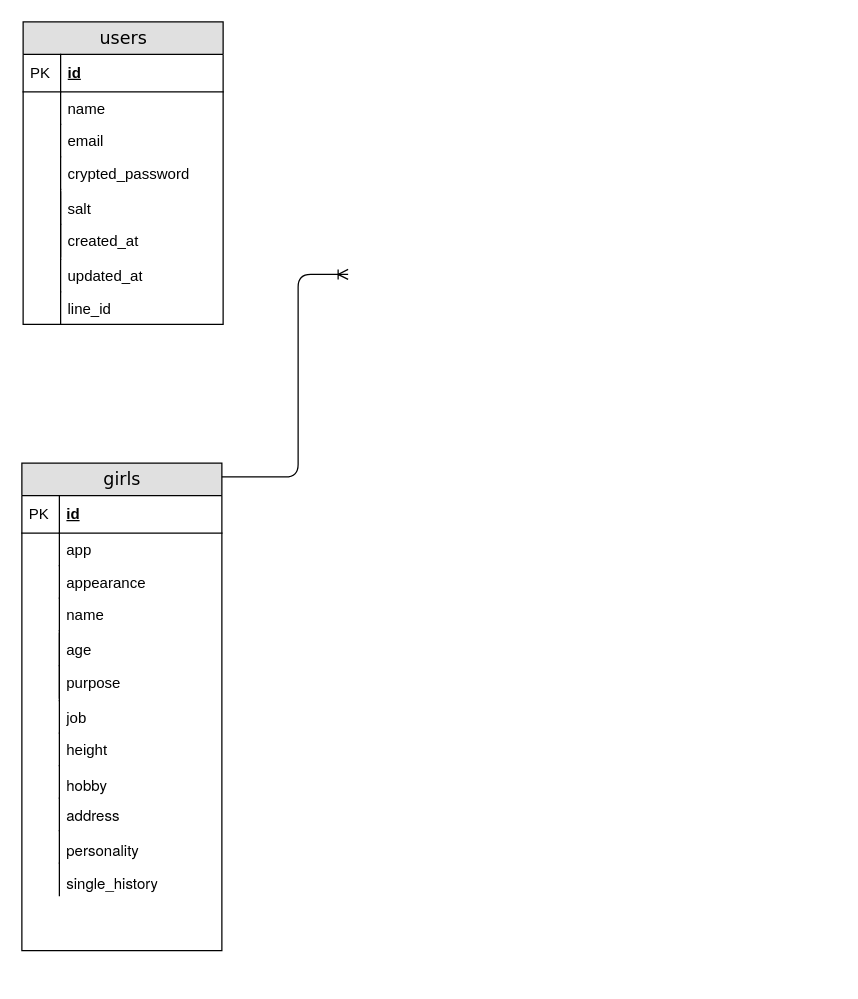
Above: Untitled Diagram.drawio in kstar0102/ryuki0102 (draw.io), before the change. Source tidied: cells renumbered, new cells numbered last; positions are measured from the earlier drawing's top-left corner, leaving out a move shared by most shapes. Both pictures are drawn from the tidied source at 125%, with x=0, y=0 at pixel (21, 21).
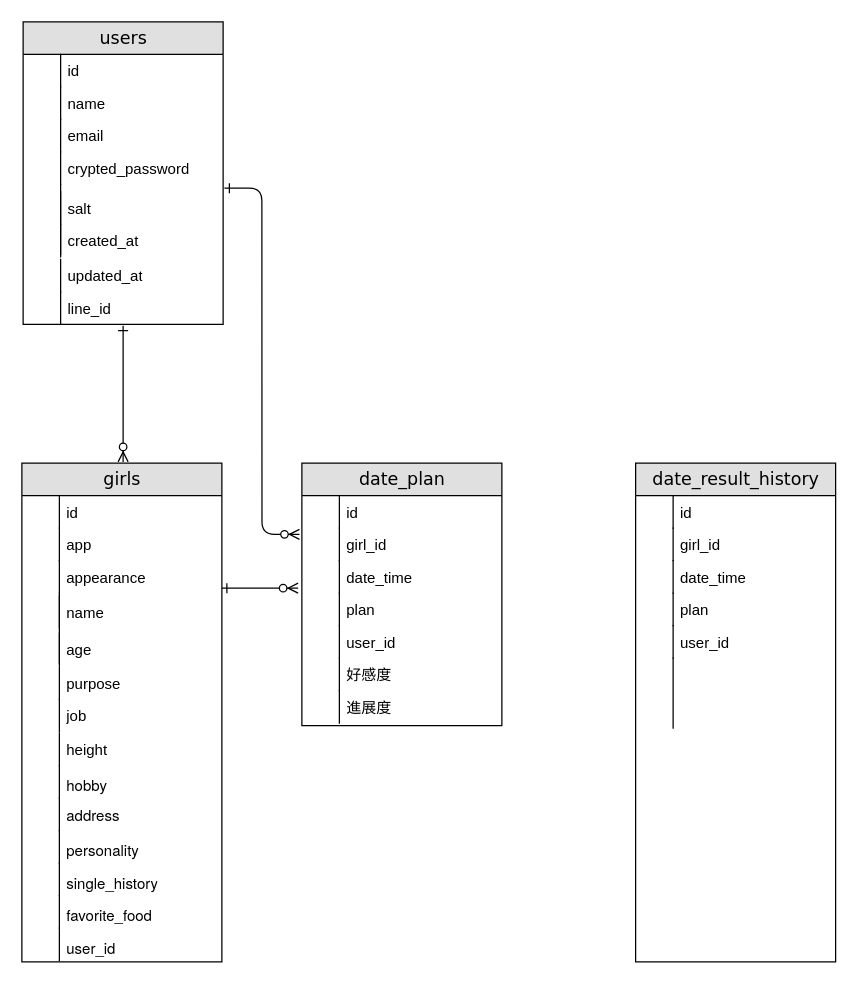
The same page after the edit.

The change refers to these unchanged cells:
```xml
<mxCell id="3" value="users" style="swimlane;html=1;fontStyle=0;horizontal=1;startSize=26;fillColor=#e0e0e0;swimlaneFillColor=#ffffff;align=center;rounded=0;shadow=0;comic=0;labelBackgroundColor=none;strokeWidth=1;fontFamily=Verdana;fontSize=14;" parent="1" vertex="1">
  <mxGeometry x="1" width="160" height="242" as="geometry" />
</mxCell>
```

What changed in the source:
```diff
@@
-    <mxCell id="2" style="edgeStyle=orthogonalEdgeStyle;html=1;endArrow=ERoneToMany;startArrow=ERmandOne;labelBackgroundColor=none;fontFamily=Verdana;fontSize=14;entryX=0;entryY=0.5;exitX=0;exitY=0.5;" parent="1" edge="1">
-      <mxGeometry relative="1" as="geometry">
-        <mxPoint x="71" y="393" as="sourcePoint" />
-        <mxPoint x="261" y="202" as="targetPoint" />
-        <Array as="points">
-          <mxPoint x="221" y="364" />
-          <mxPoint x="221" y="202" />
-        </Array>
-      </mxGeometry>
-    </mxCell>
@@
-    <mxCell id="4" value="id" style="shape=partialRectangle;top=0;left=0;right=0;bottom=1;html=1;align=left;verticalAlign=middle;fillColor=none;spacingLeft=34;spacingRight=4;whiteSpace=wrap;overflow=hidden;fontStyle=5;" parent="3" vertex="1">
-      <mxGeometry y="26" width="160" height="30" as="geometry" />
-    </mxCell>
-    <mxCell id="5" value="PK" style="shape=partialRectangle;top=0;left=0;bottom=0;html=1;fillColor=none;align=left;verticalAlign=middle;spacingLeft=4;spacingRight=4;whiteSpace=wrap;overflow=hidden;" parent="4" vertex="1">
-      <mxGeometry width="30" height="30" as="geometry" />
-    </mxCell>
+    <mxCell id="49" value="id&lt;br&gt;" style="shape=partialRectangle;top=0;left=0;right=0;bottom=0;html=1;align=left;verticalAlign=top;fillColor=none;spacingLeft=34;spacingRight=4;whiteSpace=wrap;overflow=hidden;" parent="3" vertex="1">
+      <mxGeometry y="26" width="160" height="26" as="geometry" />
+    </mxCell>
+    <mxCell id="50" style="shape=partialRectangle;top=0;left=0;bottom=0;html=1;fillColor=none;align=left;verticalAlign=top;spacingLeft=4;spacingRight=4;whiteSpace=wrap;overflow=hidden;" parent="49" vertex="1">
+      <mxGeometry width="30" height="26" as="geometry" />
+    </mxCell>
     <mxCell id="6" value="name" style="shape=partialRectangle;top=0;left=0;right=0;bottom=0;html=1;align=left;verticalAlign=top;fillColor=none;spacingLeft=34;spacingRight=4;whiteSpace=wrap;overflow=hidden;" parent="3" vertex="1">
-      <mxGeometry y="56" width="160" height="26" as="geometry" />
+      <mxGeometry y="52" width="160" height="26" as="geometry" />
     </mxCell>
@@
     <mxCell id="8" value="email" style="shape=partialRectangle;top=0;left=0;right=0;bottom=0;html=1;align=left;verticalAlign=top;fillColor=none;spacingLeft=34;spacingRight=4;whiteSpace=wrap;overflow=hidden;" parent="3" vertex="1">
-      <mxGeometry y="82" width="160" height="26" as="geometry" />
+      <mxGeometry y="78" width="160" height="26" as="geometry" />
     </mxCell>
@@
     <mxCell id="10" value="crypted_password" style="shape=partialRectangle;top=0;left=0;right=0;bottom=0;html=1;align=left;verticalAlign=top;fillColor=none;spacingLeft=34;spacingRight=4;whiteSpace=wrap;overflow=hidden;" parent="3" vertex="1">
-      <mxGeometry y="108" width="160" height="26" as="geometry" />
+      <mxGeometry y="104" width="160" height="26" as="geometry" />
     </mxCell>
@@
     <mxCell id="12" style="shape=partialRectangle;top=0;left=0;right=0;bottom=0;html=1;align=left;verticalAlign=top;fillColor=none;spacingLeft=34;spacingRight=4;whiteSpace=wrap;overflow=hidden;" parent="3" vertex="1">
-      <mxGeometry y="134" width="160" height="56" as="geometry" />
+      <mxGeometry y="130" width="160" height="56" as="geometry" />
     </mxCell>
@@
     <mxCell id="22" value="girls" style="swimlane;html=1;fontStyle=0;horizontal=1;startSize=26;fillColor=#e0e0e0;swimlaneFillColor=#ffffff;align=center;rounded=0;shadow=0;comic=0;labelBackgroundColor=none;strokeWidth=1;fontFamily=Verdana;fontSize=14;" parent="1" vertex="1">
-      <mxGeometry y="353" width="160" height="390" as="geometry" />
+      <mxGeometry y="353" width="160" height="399" as="geometry" />
     </mxCell>
-    <mxCell id="23" value="id" style="shape=partialRectangle;top=0;left=0;right=0;bottom=1;html=1;align=left;verticalAlign=middle;fillColor=none;spacingLeft=34;spacingRight=4;whiteSpace=wrap;overflow=hidden;fontStyle=5;" parent="22" vertex="1">
-      <mxGeometry y="26" width="160" height="30" as="geometry" />
-    </mxCell>
-    <mxCell id="24" value="PK" style="shape=partialRectangle;top=0;left=0;bottom=0;html=1;fillColor=none;align=left;verticalAlign=middle;spacingLeft=4;spacingRight=4;whiteSpace=wrap;overflow=hidden;" parent="23" vertex="1">
-      <mxGeometry width="30" height="30" as="geometry" />
-    </mxCell>
+    <mxCell id="51" value="id" style="shape=partialRectangle;top=0;left=0;right=0;bottom=0;html=1;align=left;verticalAlign=top;fillColor=none;spacingLeft=34;spacingRight=4;whiteSpace=wrap;overflow=hidden;" parent="22" vertex="1">
+      <mxGeometry y="26" width="160" height="26" as="geometry" />
+    </mxCell>
+    <mxCell id="52" style="shape=partialRectangle;top=0;left=0;bottom=0;html=1;fillColor=none;align=left;verticalAlign=top;spacingLeft=4;spacingRight=4;whiteSpace=wrap;overflow=hidden;" parent="51" vertex="1">
+      <mxGeometry width="30" height="26" as="geometry" />
+    </mxCell>
     <mxCell id="25" value="app" style="shape=partialRectangle;top=0;left=0;right=0;bottom=0;html=1;align=left;verticalAlign=top;fillColor=none;spacingLeft=34;spacingRight=4;whiteSpace=wrap;overflow=hidden;" parent="22" vertex="1">
-      <mxGeometry y="56" width="160" height="26" as="geometry" />
+      <mxGeometry y="52" width="160" height="26" as="geometry" />
     </mxCell>
@@
     <mxCell id="27" value="appearance" style="shape=partialRectangle;top=0;left=0;right=0;bottom=0;html=1;align=left;verticalAlign=top;fillColor=none;spacingLeft=34;spacingRight=4;whiteSpace=wrap;overflow=hidden;" parent="22" vertex="1">
-      <mxGeometry y="82" width="160" height="26" as="geometry" />
+      <mxGeometry y="78" width="160" height="26" as="geometry" />
     </mxCell>
@@
-    <mxCell id="29" value="name" style="shape=partialRectangle;top=0;left=0;right=0;bottom=0;html=1;align=left;verticalAlign=top;fillColor=none;spacingLeft=34;spacingRight=4;whiteSpace=wrap;overflow=hidden;" parent="22" vertex="1">
-      <mxGeometry y="108" width="160" height="26" as="geometry" />
-    </mxCell>
-    <mxCell id="30" style="shape=partialRectangle;top=0;left=0;bottom=0;html=1;fillColor=none;align=left;verticalAlign=top;spacingLeft=4;spacingRight=4;whiteSpace=wrap;overflow=hidden;" parent="29" vertex="1">
-      <mxGeometry width="30" height="26" as="geometry" />
-    </mxCell>
     <mxCell id="31" style="shape=partialRectangle;top=0;left=0;right=0;bottom=0;html=1;align=left;verticalAlign=top;fillColor=none;spacingLeft=34;spacingRight=4;whiteSpace=wrap;overflow=hidden;" parent="22" vertex="1">
-      <mxGeometry y="134" width="160" height="56" as="geometry" />
+      <mxGeometry y="104" width="160" height="56" as="geometry" />
     </mxCell>
@@
     <mxCell id="35" value="purpose" style="shape=partialRectangle;top=0;left=0;right=0;bottom=0;html=1;align=left;verticalAlign=top;fillColor=none;spacingLeft=34;spacingRight=4;whiteSpace=wrap;overflow=hidden;" parent="1" vertex="1">
-      <mxGeometry y="515" width="160" height="26" as="geometry" />
+      <mxGeometry y="516" width="160" height="26" as="geometry" />
     </mxCell>
@@
     <mxCell id="37" value="job" style="shape=partialRectangle;top=0;left=0;right=0;bottom=0;html=1;align=left;verticalAlign=top;fillColor=none;spacingLeft=34;spacingRight=4;whiteSpace=wrap;overflow=hidden;" parent="1" vertex="1">
-      <mxGeometry y="543" width="160" height="26" as="geometry" />
+      <mxGeometry y="542" width="160" height="26" as="geometry" />
     </mxCell>
@@
+    <mxCell id="53" value="&lt;p class=&quot;p1&quot; style=&quot;margin: 0px ; font-stretch: normal ; line-height: normal&quot;&gt;&lt;font face=&quot;helvetica neue&quot;&gt;favorite_food&lt;/font&gt;&lt;/p&gt;" style="shape=partialRectangle;top=0;left=0;right=0;bottom=0;html=1;align=left;verticalAlign=top;fillColor=none;spacingLeft=34;spacingRight=4;whiteSpace=wrap;overflow=hidden;" parent="1" vertex="1">
+      <mxGeometry y="699" width="160" height="36" as="geometry" />
+    </mxCell>
+    <mxCell id="54" style="shape=partialRectangle;top=0;left=0;bottom=0;html=1;fillColor=none;align=left;verticalAlign=top;spacingLeft=4;spacingRight=4;whiteSpace=wrap;overflow=hidden;" parent="53" vertex="1">
+      <mxGeometry width="30" height="25.9" as="geometry" />
+    </mxCell>
+    <mxCell id="55" value="&lt;p class=&quot;p1&quot; style=&quot;margin: 0px ; font-stretch: normal ; line-height: normal&quot;&gt;&lt;font face=&quot;helvetica neue&quot;&gt;user_id&lt;/font&gt;&lt;/p&gt;" style="shape=partialRectangle;top=0;left=0;right=0;bottom=0;html=1;align=left;verticalAlign=top;fillColor=none;spacingLeft=34;spacingRight=4;whiteSpace=wrap;overflow=hidden;" parent="1" vertex="1">
+      <mxGeometry y="725" width="160" height="36" as="geometry" />
+    </mxCell>
+    <mxCell id="56" style="shape=partialRectangle;top=0;left=0;bottom=0;html=1;fillColor=none;align=left;verticalAlign=top;spacingLeft=4;spacingRight=4;whiteSpace=wrap;overflow=hidden;" parent="55" vertex="1">
+      <mxGeometry width="30" height="25.9" as="geometry" />
+    </mxCell>
+    <mxCell id="57" style="endArrow=ERzeroToMany;html=1;rounded=0;strokeColor=#000000;endFill=1;startArrow=ERone;startFill=0;" parent="1" edge="1">
+      <mxGeometry relative="1" as="geometry">
+        <mxPoint x="81" y="243" as="sourcePoint" />
+        <mxPoint x="81" y="352" as="targetPoint" />
+      </mxGeometry>
+    </mxCell>
+    <mxCell id="29" value="name" style="shape=partialRectangle;top=0;left=0;right=0;bottom=0;html=1;align=left;verticalAlign=top;fillColor=none;spacingLeft=34;spacingRight=4;whiteSpace=wrap;overflow=hidden;" parent="1" vertex="1">
+      <mxGeometry y="459" width="160" height="26" as="geometry" />
+    </mxCell>
+    <mxCell id="30" style="shape=partialRectangle;top=0;left=0;bottom=0;html=1;fillColor=none;align=left;verticalAlign=top;spacingLeft=4;spacingRight=4;whiteSpace=wrap;overflow=hidden;" parent="29" vertex="1">
+      <mxGeometry width="30" height="26" as="geometry" />
+    </mxCell>
+    <mxCell id="58" value="date_plan" style="swimlane;html=1;fontStyle=0;horizontal=1;startSize=26;fillColor=#e0e0e0;swimlaneFillColor=#ffffff;align=center;rounded=0;shadow=0;comic=0;labelBackgroundColor=none;strokeWidth=1;fontFamily=Verdana;fontSize=14;" parent="1" vertex="1">
+      <mxGeometry x="224" y="353" width="160" height="210" as="geometry" />
+    </mxCell>
+    <mxCell id="59" value="id" style="shape=partialRectangle;top=0;left=0;right=0;bottom=0;html=1;align=left;verticalAlign=top;fillColor=none;spacingLeft=34;spacingRight=4;whiteSpace=wrap;overflow=hidden;" parent="58" vertex="1">
+      <mxGeometry y="26" width="160" height="26" as="geometry" />
+    </mxCell>
+    <mxCell id="60" style="shape=partialRectangle;top=0;left=0;bottom=0;html=1;fillColor=none;align=left;verticalAlign=top;spacingLeft=4;spacingRight=4;whiteSpace=wrap;overflow=hidden;" parent="59" vertex="1">
+      <mxGeometry width="30" height="26" as="geometry" />
+    </mxCell>
+    <mxCell id="61" value="girl_id" style="shape=partialRectangle;top=0;left=0;right=0;bottom=0;html=1;align=left;verticalAlign=top;fillColor=none;spacingLeft=34;spacingRight=4;whiteSpace=wrap;overflow=hidden;points=[[0,0.5],[1,0.5]];portConstraint=eastwest;" parent="58" vertex="1">
+      <mxGeometry y="52" width="160" height="26" as="geometry" />
+    </mxCell>
+    <mxCell id="62" style="shape=partialRectangle;top=0;left=0;bottom=0;html=1;fillColor=none;align=left;verticalAlign=top;spacingLeft=4;spacingRight=4;whiteSpace=wrap;overflow=hidden;" parent="61" vertex="1">
+      <mxGeometry width="30" height="26" as="geometry" />
+    </mxCell>
+    <mxCell id="63" value="date_time" style="shape=partialRectangle;top=0;left=0;right=0;bottom=0;html=1;align=left;verticalAlign=top;fillColor=none;spacingLeft=34;spacingRight=4;whiteSpace=wrap;overflow=hidden;" parent="58" vertex="1">
+      <mxGeometry y="78" width="160" height="26" as="geometry" />
+    </mxCell>
+    <mxCell id="64" style="shape=partialRectangle;top=0;left=0;bottom=0;html=1;fillColor=none;align=left;verticalAlign=top;spacingLeft=4;spacingRight=4;whiteSpace=wrap;overflow=hidden;" parent="63" vertex="1">
+      <mxGeometry width="30" height="26" as="geometry" />
+    </mxCell>
+    <mxCell id="65" value="plan" style="shape=partialRectangle;top=0;left=0;right=0;bottom=0;html=1;align=left;verticalAlign=top;fillColor=none;spacingLeft=34;spacingRight=4;whiteSpace=wrap;overflow=hidden;" parent="58" vertex="1">
+      <mxGeometry y="104" width="160" height="26" as="geometry" />
+    </mxCell>
+    <mxCell id="66" style="shape=partialRectangle;top=0;left=0;bottom=0;html=1;fillColor=none;align=left;verticalAlign=top;spacingLeft=4;spacingRight=4;whiteSpace=wrap;overflow=hidden;" parent="65" vertex="1">
+      <mxGeometry width="30" height="26" as="geometry" />
+    </mxCell>
+    <mxCell id="67" value="user_id" style="shape=partialRectangle;top=0;left=0;right=0;bottom=0;html=1;align=left;verticalAlign=top;fillColor=none;spacingLeft=34;spacingRight=4;whiteSpace=wrap;overflow=hidden;" parent="58" vertex="1">
+      <mxGeometry y="130" width="160" height="26" as="geometry" />
+    </mxCell>
+    <mxCell id="68" style="shape=partialRectangle;top=0;left=0;bottom=0;html=1;fillColor=none;align=left;verticalAlign=top;spacingLeft=4;spacingRight=4;whiteSpace=wrap;overflow=hidden;" parent="67" vertex="1">
+      <mxGeometry width="30" height="26" as="geometry" />
+    </mxCell>
+    <mxCell id="69" value="date_result_history" style="swimlane;html=1;fontStyle=0;horizontal=1;startSize=26;fillColor=#e0e0e0;swimlaneFillColor=#ffffff;align=center;rounded=0;shadow=0;comic=0;labelBackgroundColor=none;strokeWidth=1;fontFamily=Verdana;fontSize=14;" parent="1" vertex="1">
+      <mxGeometry x="491" y="353" width="160" height="399" as="geometry" />
+    </mxCell>
+    <mxCell id="70" value="id" style="shape=partialRectangle;top=0;left=0;right=0;bottom=0;html=1;align=left;verticalAlign=top;fillColor=none;spacingLeft=34;spacingRight=4;whiteSpace=wrap;overflow=hidden;" parent="69" vertex="1">
+      <mxGeometry y="26" width="160" height="26" as="geometry" />
+    </mxCell>
+    <mxCell id="71" style="shape=partialRectangle;top=0;left=0;bottom=0;html=1;fillColor=none;align=left;verticalAlign=top;spacingLeft=4;spacingRight=4;whiteSpace=wrap;overflow=hidden;" parent="70" vertex="1">
+      <mxGeometry width="30" height="26" as="geometry" />
+    </mxCell>
+    <mxCell id="72" value="girl_id" style="shape=partialRectangle;top=0;left=0;right=0;bottom=0;html=1;align=left;verticalAlign=top;fillColor=none;spacingLeft=34;spacingRight=4;whiteSpace=wrap;overflow=hidden;" parent="69" vertex="1">
+      <mxGeometry y="52" width="160" height="26" as="geometry" />
+    </mxCell>
+    <mxCell id="73" style="shape=partialRectangle;top=0;left=0;bottom=0;html=1;fillColor=none;align=left;verticalAlign=top;spacingLeft=4;spacingRight=4;whiteSpace=wrap;overflow=hidden;" parent="72" vertex="1">
+      <mxGeometry width="30" height="26" as="geometry" />
+    </mxCell>
+    <mxCell id="74" value="date_time" style="shape=partialRectangle;top=0;left=0;right=0;bottom=0;html=1;align=left;verticalAlign=top;fillColor=none;spacingLeft=34;spacingRight=4;whiteSpace=wrap;overflow=hidden;" parent="69" vertex="1">
+      <mxGeometry y="78" width="160" height="26" as="geometry" />
+    </mxCell>
+    <mxCell id="75" style="shape=partialRectangle;top=0;left=0;bottom=0;html=1;fillColor=none;align=left;verticalAlign=top;spacingLeft=4;spacingRight=4;whiteSpace=wrap;overflow=hidden;" parent="74" vertex="1">
+      <mxGeometry width="30" height="26" as="geometry" />
+    </mxCell>
+    <mxCell id="76" value="plan" style="shape=partialRectangle;top=0;left=0;right=0;bottom=0;html=1;align=left;verticalAlign=top;fillColor=none;spacingLeft=34;spacingRight=4;whiteSpace=wrap;overflow=hidden;" parent="69" vertex="1">
+      <mxGeometry y="104" width="160" height="26" as="geometry" />
+    </mxCell>
+    <mxCell id="77" style="shape=partialRectangle;top=0;left=0;bottom=0;html=1;fillColor=none;align=left;verticalAlign=top;spacingLeft=4;spacingRight=4;whiteSpace=wrap;overflow=hidden;" parent="76" vertex="1">
+      <mxGeometry width="30" height="26" as="geometry" />
+    </mxCell>
+    <mxCell id="78" value="user_id" style="shape=partialRectangle;top=0;left=0;right=0;bottom=0;html=1;align=left;verticalAlign=top;fillColor=none;spacingLeft=34;spacingRight=4;whiteSpace=wrap;overflow=hidden;" parent="69" vertex="1">
+      <mxGeometry y="130" width="160" height="26" as="geometry" />
+    </mxCell>
+    <mxCell id="79" style="shape=partialRectangle;top=0;left=0;bottom=0;html=1;fillColor=none;align=left;verticalAlign=top;spacingLeft=4;spacingRight=4;whiteSpace=wrap;overflow=hidden;" parent="78" vertex="1">
+      <mxGeometry width="30" height="26" as="geometry" />
+    </mxCell>
+    <mxCell id="80" style="shape=partialRectangle;top=0;left=0;right=0;bottom=0;html=1;align=left;verticalAlign=top;fillColor=none;spacingLeft=34;spacingRight=4;whiteSpace=wrap;overflow=hidden;" parent="69" vertex="1">
+      <mxGeometry y="156" width="160" height="56" as="geometry" />
+    </mxCell>
+    <mxCell id="81" style="shape=partialRectangle;top=0;left=0;bottom=0;html=1;fillColor=none;align=left;verticalAlign=top;spacingLeft=4;spacingRight=4;whiteSpace=wrap;overflow=hidden;" parent="80" vertex="1">
+      <mxGeometry width="30" height="56" as="geometry" />
+    </mxCell>
+    <mxCell id="82" style="edgeStyle=entityRelationEdgeStyle;fontSize=12;html=1;endArrow=ERzeroToMany;endFill=1;strokeColor=#000000;startArrow=ERone;startFill=0;entryX=-0.012;entryY=0.192;entryDx=0;entryDy=0;entryPerimeter=0;" parent="1" edge="1" target="61">
+      <mxGeometry relative="1" as="geometry">
+        <mxPoint x="162" y="133" as="sourcePoint" />
+      </mxGeometry>
+    </mxCell>
+    <mxCell id="83" style="endArrow=ERzeroToMany;html=1;rounded=0;strokeColor=#000000;startArrow=ERone;startFill=0;endFill=1;" parent="1" edge="1">
+      <mxGeometry relative="1" as="geometry">
+        <mxPoint x="160" y="453" as="sourcePoint" />
+        <mxPoint x="221" y="453" as="targetPoint" />
+      </mxGeometry>
+    </mxCell>
+    <mxCell id="84" value="好感度" style="shape=partialRectangle;top=0;left=0;right=0;bottom=0;html=1;align=left;verticalAlign=top;fillColor=none;spacingLeft=34;spacingRight=4;whiteSpace=wrap;overflow=hidden;" parent="1" vertex="1">
+      <mxGeometry x="224" y="509" width="160" height="26" as="geometry" />
+    </mxCell>
+    <mxCell id="85" style="shape=partialRectangle;top=0;left=0;bottom=0;html=1;fillColor=none;align=left;verticalAlign=top;spacingLeft=4;spacingRight=4;whiteSpace=wrap;overflow=hidden;" parent="84" vertex="1">
+      <mxGeometry width="30" height="26" as="geometry" />
+    </mxCell>
+    <mxCell id="86" value="進展度" style="shape=partialRectangle;top=0;left=0;right=0;bottom=0;html=1;align=left;verticalAlign=top;fillColor=none;spacingLeft=34;spacingRight=4;whiteSpace=wrap;overflow=hidden;" parent="1" vertex="1">
+      <mxGeometry x="224" y="535" width="160" height="26" as="geometry" />
+    </mxCell>
+    <mxCell id="87" style="shape=partialRectangle;top=0;left=0;bottom=0;html=1;fillColor=none;align=left;verticalAlign=top;spacingLeft=4;spacingRight=4;whiteSpace=wrap;overflow=hidden;" parent="86" vertex="1">
+      <mxGeometry width="30" height="26" as="geometry" />
+    </mxCell>
```
